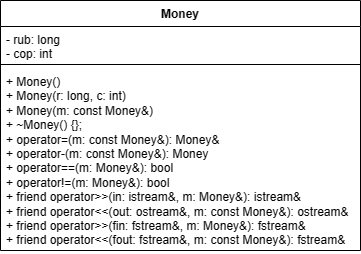
This is 2_semestr/LABS_Class/10_LAB/10_LAB.png from blzz4c/PNRPU-2022-IVT22-1b, a draw.io export, as it was before one commit. Source tidied: cells renumbered, new cells last; positions are measured from the earlier drawing's top-left corner, leaving out a move shared by most shapes.
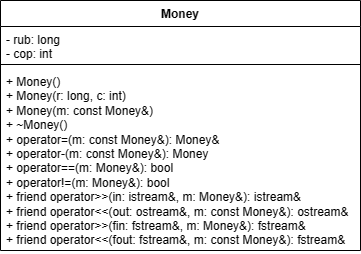
The same file after the commit.

The edit, as a diff of the source:
```diff
@@ -11,7 +11,7 @@
     <mxCell id="4" style="line;strokeWidth=1;fillColor=none;align=left;verticalAlign=middle;spacingTop=-1;spacingLeft=3;spacingRight=3;labelPosition=right;strokeColor=inherit;" parent="2" vertex="1">
       <mxGeometry y="60" width="360" height="8" as="geometry" />
     </mxCell>
-    <mxCell id="5" value="&lt;div&gt;+ Money()&lt;/div&gt;&lt;div&gt;&lt;span style=&quot;background-color: initial;&quot;&gt;+ Money(r: long, c: int)&lt;/span&gt;&lt;/div&gt;&lt;div&gt;&lt;span style=&quot;&quot;&gt;&lt;/span&gt;&lt;/div&gt;&lt;div&gt;&lt;span style=&quot;&quot;&gt;+ Money(m: const Money&amp;amp;)&lt;/span&gt;&lt;/div&gt;&lt;div&gt;&lt;span style=&quot;&quot;&gt;+ ~Money() {};&lt;/span&gt;&lt;/div&gt;&lt;div&gt;&lt;span style=&quot;background-color: initial;&quot;&gt;+ operator=(m: const Money&amp;amp;): Money&amp;amp;&lt;/span&gt;&lt;/div&gt;&lt;div&gt;&lt;span style=&quot;&quot;&gt;+ operator-(m: const Money&amp;amp;): Money&lt;/span&gt;&lt;/div&gt;&lt;div&gt;&lt;span style=&quot;&quot;&gt;+ operator==(m: Money&amp;amp;): bool&lt;/span&gt;&lt;/div&gt;&lt;div&gt;&lt;span style=&quot;&quot;&gt;+ operator!=(m: Money&amp;amp;): bool&amp;nbsp;&lt;/span&gt;&lt;/div&gt;&lt;div&gt;&lt;span style=&quot;&quot;&gt;+ friend operator&amp;gt;&amp;gt;(in: istream&amp;amp;, m: Money&amp;amp;): istream&amp;amp;&lt;/span&gt;&lt;/div&gt;&lt;div&gt;&lt;span style=&quot;&quot;&gt;+ friend operator&amp;lt;&amp;lt;(out: ostream&amp;amp;, m: const Money&amp;amp;): ostream&amp;amp;&lt;/span&gt;&lt;/div&gt;&lt;div&gt;&lt;div style=&quot;border-color: var(--border-color);&quot;&gt;+ friend operator&amp;gt;&amp;gt;(fin: fstream&amp;amp;, m: Money&amp;amp;): fstream&amp;amp;&lt;/div&gt;&lt;div style=&quot;border-color: var(--border-color);&quot;&gt;&lt;span style=&quot;border-color: var(--border-color);&quot;&gt;+ friend operator&amp;lt;&amp;lt;(fout: fstream&amp;amp;, m: const Money&amp;amp;): fstream&amp;amp;&lt;/span&gt;&lt;/div&gt;&lt;/div&gt;" style="text;strokeColor=none;fillColor=none;align=left;verticalAlign=top;spacingLeft=4;spacingRight=4;overflow=hidden;whiteSpace=wrap;html=1;" parent="2" vertex="1">
+    <mxCell id="5" value="&lt;div&gt;+ Money()&lt;/div&gt;&lt;div&gt;&lt;span style=&quot;background-color: initial;&quot;&gt;+ Money(r: long, c: int)&lt;/span&gt;&lt;/div&gt;&lt;div&gt;&lt;span style=&quot;&quot;&gt;&lt;/span&gt;&lt;/div&gt;&lt;div&gt;&lt;span style=&quot;&quot;&gt;+ Money(m: const Money&amp;amp;)&lt;/span&gt;&lt;/div&gt;&lt;div&gt;&lt;span style=&quot;&quot;&gt;+ ~Money()&lt;/span&gt;&lt;/div&gt;&lt;div&gt;&lt;span style=&quot;background-color: initial;&quot;&gt;+ operator=(m: const Money&amp;amp;): Money&amp;amp;&lt;/span&gt;&lt;/div&gt;&lt;div&gt;&lt;span style=&quot;&quot;&gt;+ operator-(m: const Money&amp;amp;): Money&lt;/span&gt;&lt;/div&gt;&lt;div&gt;&lt;span style=&quot;&quot;&gt;+ operator==(m: Money&amp;amp;): bool&lt;/span&gt;&lt;/div&gt;&lt;div&gt;&lt;span style=&quot;&quot;&gt;+ operator!=(m: Money&amp;amp;): bool&amp;nbsp;&lt;/span&gt;&lt;/div&gt;&lt;div&gt;&lt;span style=&quot;&quot;&gt;+ friend operator&amp;gt;&amp;gt;(in: istream&amp;amp;, m: Money&amp;amp;): istream&amp;amp;&lt;/span&gt;&lt;/div&gt;&lt;div&gt;&lt;span style=&quot;&quot;&gt;+ friend operator&amp;lt;&amp;lt;(out: ostream&amp;amp;, m: const Money&amp;amp;): ostream&amp;amp;&lt;/span&gt;&lt;/div&gt;&lt;div&gt;&lt;div style=&quot;border-color: var(--border-color);&quot;&gt;+ friend operator&amp;gt;&amp;gt;(fin: fstream&amp;amp;, m: Money&amp;amp;): fstream&amp;amp;&lt;/div&gt;&lt;div style=&quot;border-color: var(--border-color);&quot;&gt;&lt;span style=&quot;border-color: var(--border-color);&quot;&gt;+ friend operator&amp;lt;&amp;lt;(fout: fstream&amp;amp;, m: const Money&amp;amp;): fstream&amp;amp;&lt;/span&gt;&lt;/div&gt;&lt;/div&gt;" style="text;strokeColor=none;fillColor=none;align=left;verticalAlign=top;spacingLeft=4;spacingRight=4;overflow=hidden;whiteSpace=wrap;html=1;" parent="2" vertex="1">
       <mxGeometry y="68" width="360" height="182" as="geometry" />
     </mxCell>
   </root>
```
